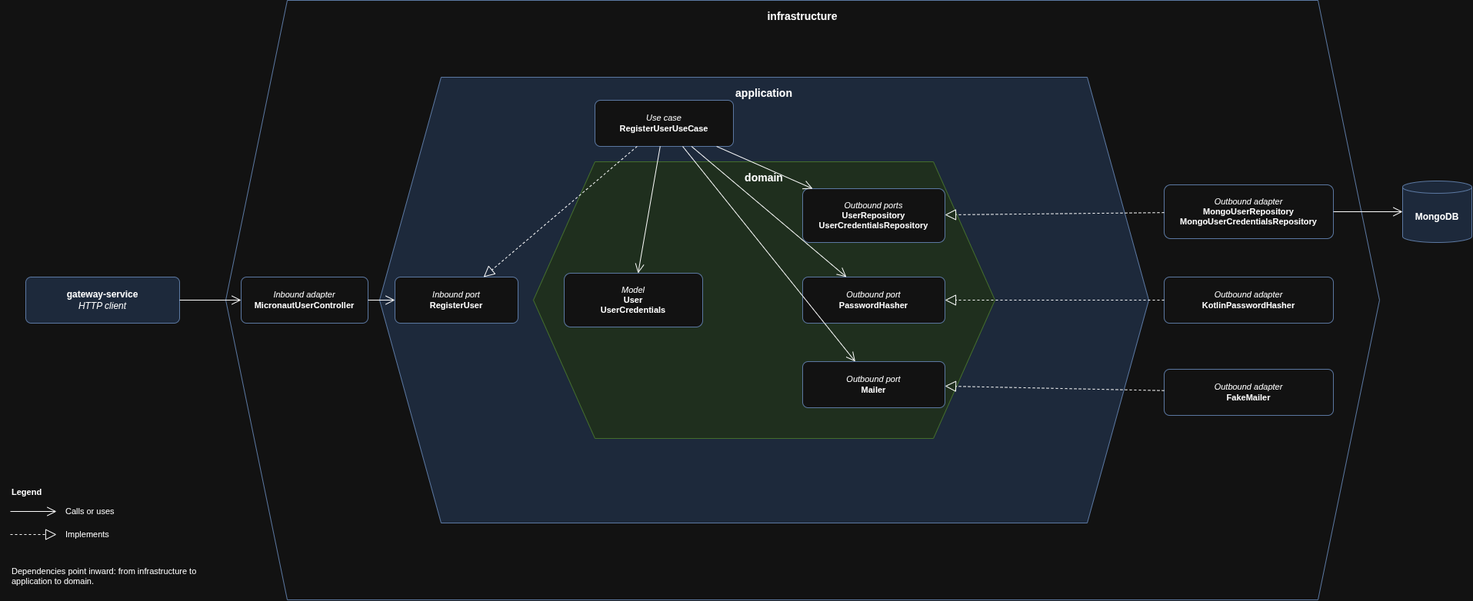
Earlier version of the draw.io export docs/reports/saap/02-Architecture and Implementation/hexagonal-architecture/hexagonal-architecture.png (Norby99/munchies). Source tidied: cells renumbered, new cells last; positions are measured from the earlier drawing's top-left corner, leaving out a move shared by most shapes.
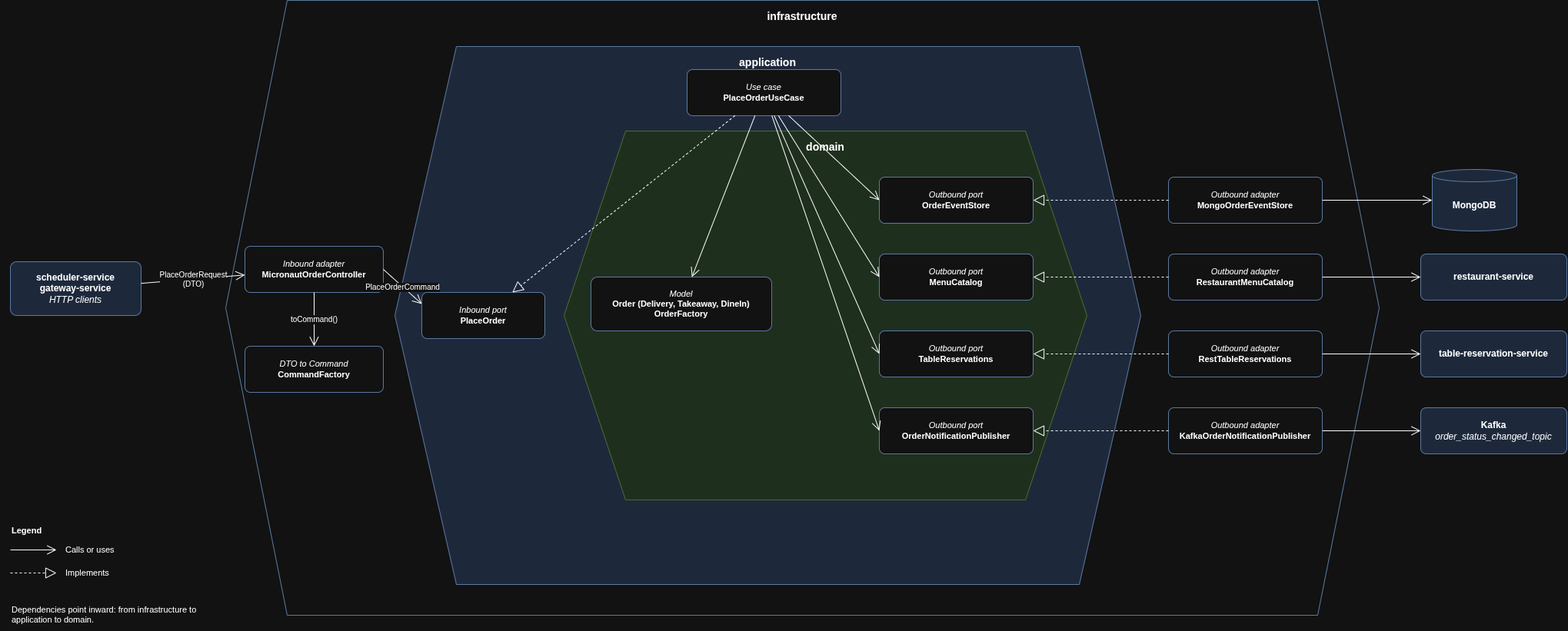
After the change.

Commit message:
docs(saap): show the hexagonal architecture on order placement

Change to the diagram source:
```diff
@@ -3,106 +3,142 @@
     <mxCell id="0" />
     <mxCell id="1" parent="0" />
     <mxCell id="2" value="infrastructure" style="shape=hexagon;perimeter=hexagonPerimeter2;whiteSpace=wrap;html=1;fixedSize=1;size=80;verticalAlign=top;fontStyle=1;fontSize=14;spacingTop=6;fillColor=none;strokeColor=#6c8ebf;" parent="1" vertex="1">
-      <mxGeometry x="280" width="1500" height="780" as="geometry" />
+      <mxGeometry x="280" y="30" width="1500" height="800" as="geometry" />
     </mxCell>
     <mxCell id="3" value="application" style="shape=hexagon;perimeter=hexagonPerimeter2;whiteSpace=wrap;html=1;fixedSize=1;size=80;verticalAlign=top;fontStyle=1;fontSize=14;spacingTop=6;fillColor=#dae8fc;strokeColor=#6c8ebf;" parent="1" vertex="1">
-      <mxGeometry x="480" y="100" width="1000" height="580" as="geometry" />
+      <mxGeometry x="500" y="90" width="970" height="700" as="geometry" />
     </mxCell>
     <mxCell id="4" value="domain" style="shape=hexagon;perimeter=hexagonPerimeter2;whiteSpace=wrap;html=1;fixedSize=1;size=80;verticalAlign=top;fontStyle=1;fontSize=14;spacingTop=6;fillColor=#d5e8d4;strokeColor=#82b366;" parent="1" vertex="1">
-      <mxGeometry x="680" y="210" width="600" height="360" as="geometry" />
+      <mxGeometry x="720" y="200" width="680" height="480" as="geometry" />
     </mxCell>
-    <mxCell id="5" value="&lt;b&gt;gateway-service&lt;/b&gt;&lt;br&gt;&lt;i&gt;HTTP client&lt;/i&gt;" style="rounded=1;whiteSpace=wrap;html=1;arcSize=12;fillColor=#dae8fc;strokeColor=#6c8ebf;fontSize=12;" parent="1" vertex="1">
-      <mxGeometry x="20" y="360" width="200" height="60" as="geometry" />
+    <mxCell id="5" value="&lt;b&gt;scheduler-service&lt;/b&gt;&lt;br&gt;&lt;b&gt;gateway-service&lt;/b&gt;&lt;br&gt;&lt;i&gt;HTTP clients&lt;/i&gt;" style="rounded=1;whiteSpace=wrap;html=1;arcSize=12;fillColor=#dae8fc;strokeColor=#6c8ebf;fontSize=12;" parent="1" vertex="1">
+      <mxGeometry y="370" width="170" height="70" as="geometry" />
     </mxCell>
     <mxCell id="6" value="&lt;b&gt;MongoDB&lt;/b&gt;" style="shape=cylinder3;whiteSpace=wrap;html=1;boundedLbl=1;backgroundOutline=1;size=8;fillColor=#dae8fc;strokeColor=#6c8ebf;fontSize=12;" parent="1" vertex="1">
-      <mxGeometry x="1810" y="235" width="90" height="80" as="geometry" />
+      <mxGeometry x="1849" y="250" width="110" height="80" as="geometry" />
     </mxCell>
+    <mxCell id="34" value="&lt;b&gt;restaurant-service&lt;/b&gt;" style="rounded=1;whiteSpace=wrap;html=1;arcSize=12;fillColor=#dae8fc;strokeColor=#6c8ebf;fontSize=12;" parent="1" vertex="1">
+      <mxGeometry x="1834" y="360" width="190" height="60" as="geometry" />
+    </mxCell>
+    <mxCell id="35" value="&lt;b&gt;table-reservation-service&lt;/b&gt;" style="rounded=1;whiteSpace=wrap;html=1;arcSize=12;fillColor=#dae8fc;strokeColor=#6c8ebf;fontSize=12;" parent="1" vertex="1">
+      <mxGeometry x="1834" y="460" width="190" height="60" as="geometry" />
+    </mxCell>
+    <mxCell id="36" value="&lt;b&gt;Kafka&lt;/b&gt;&lt;br&gt;&lt;i&gt;order_status_changed_topic&lt;/i&gt;" style="rounded=1;whiteSpace=wrap;html=1;arcSize=12;fillColor=#dae8fc;strokeColor=#6c8ebf;fontSize=12;" parent="1" vertex="1">
+      <mxGeometry x="1834" y="560" width="190" height="60" as="geometry" />
+    </mxCell>
-    <mxCell id="7" value="&lt;i&gt;Inbound adapter&lt;/i&gt;&lt;br&gt;&lt;b&gt;MicronautUserController&lt;/b&gt;" style="rounded=1;whiteSpace=wrap;html=1;arcSize=12;fillColor=default;strokeColor=#6c8ebf;fontSize=11;" parent="1" vertex="1">
-      <mxGeometry x="300" y="360" width="165" height="60" as="geometry" />
+    <mxCell id="7" value="&lt;i&gt;Inbound adapter&lt;/i&gt;&lt;br&gt;&lt;b&gt;MicronautOrderController&lt;/b&gt;" style="rounded=1;whiteSpace=wrap;html=1;arcSize=12;fillColor=default;strokeColor=#6c8ebf;fontSize=11;" parent="1" vertex="1">
+      <mxGeometry x="305" y="350" width="180" height="60" as="geometry" />
     </mxCell>
-    <mxCell id="8" value="&lt;i&gt;Outbound adapter&lt;/i&gt;&lt;br&gt;&lt;b&gt;MongoUserRepository&lt;/b&gt;&lt;br&gt;&lt;b&gt;MongoUserCredentialsRepository&lt;/b&gt;" style="rounded=1;whiteSpace=wrap;html=1;arcSize=12;fillColor=default;strokeColor=#6c8ebf;fontSize=11;" parent="1" vertex="1">
-      <mxGeometry x="1500" y="240" width="220" height="70" as="geometry" />
-    </mxCell>
-    <mxCell id="9" value="&lt;i&gt;Outbound adapter&lt;/i&gt;&lt;br&gt;&lt;b&gt;KotlinPasswordHasher&lt;/b&gt;" style="rounded=1;whiteSpace=wrap;html=1;arcSize=12;fillColor=default;strokeColor=#6c8ebf;fontSize=11;" parent="1" vertex="1">
-      <mxGeometry x="1500" y="360" width="220" height="60" as="geometry" />
-    </mxCell>
-    <mxCell id="10" value="&lt;i&gt;Outbound adapter&lt;/i&gt;&lt;br&gt;&lt;b&gt;FakeMailer&lt;/b&gt;" style="rounded=1;whiteSpace=wrap;html=1;arcSize=12;fillColor=default;strokeColor=#6c8ebf;fontSize=11;" parent="1" vertex="1">
-      <mxGeometry x="1500" y="480" width="220" height="60" as="geometry" />
-    </mxCell>
+    <mxCell id="37" value="&lt;i&gt;DTO to Command&lt;/i&gt;&lt;br&gt;&lt;b&gt;CommandFactory&lt;/b&gt;" style="rounded=1;whiteSpace=wrap;html=1;arcSize=12;fillColor=default;strokeColor=#6c8ebf;fontSize=11;" parent="1" vertex="1">
+      <mxGeometry x="305" y="480" width="180" height="60" as="geometry" />
+    </mxCell>
+    <mxCell id="38" value="&lt;i&gt;Outbound adapter&lt;/i&gt;&lt;br&gt;&lt;b&gt;MongoOrderEventStore&lt;/b&gt;" style="rounded=1;whiteSpace=wrap;html=1;arcSize=12;fillColor=default;strokeColor=#6c8ebf;fontSize=11;" parent="1" vertex="1">
+      <mxGeometry x="1506" y="260" width="200" height="60" as="geometry" />
+    </mxCell>
+    <mxCell id="39" value="&lt;i&gt;Outbound adapter&lt;/i&gt;&lt;br&gt;&lt;b&gt;RestaurantMenuCatalog&lt;/b&gt;" style="rounded=1;whiteSpace=wrap;html=1;arcSize=12;fillColor=default;strokeColor=#6c8ebf;fontSize=11;" parent="1" vertex="1">
+      <mxGeometry x="1506" y="360" width="200" height="60" as="geometry" />
+    </mxCell>
+    <mxCell id="40" value="&lt;i&gt;Outbound adapter&lt;/i&gt;&lt;br&gt;&lt;b&gt;RestTableReservations&lt;/b&gt;" style="rounded=1;whiteSpace=wrap;html=1;arcSize=12;fillColor=default;strokeColor=#6c8ebf;fontSize=11;" parent="1" vertex="1">
+      <mxGeometry x="1506" y="460" width="200" height="60" as="geometry" />
+    </mxCell>
+    <mxCell id="41" value="&lt;i&gt;Outbound adapter&lt;/i&gt;&lt;br&gt;&lt;b&gt;KafkaOrderNotificationPublisher&lt;/b&gt;" style="rounded=1;whiteSpace=wrap;html=1;arcSize=12;fillColor=default;strokeColor=#6c8ebf;fontSize=11;" parent="1" vertex="1">
+      <mxGeometry x="1506" y="560" width="200" height="60" as="geometry" />
+    </mxCell>
-    <mxCell id="11" value="&lt;i&gt;Inbound port&lt;/i&gt;&lt;br&gt;&lt;b&gt;RegisterUser&lt;/b&gt;" style="rounded=1;whiteSpace=wrap;html=1;arcSize=12;fillColor=default;strokeColor=#6c8ebf;fontSize=11;" parent="1" vertex="1">
-      <mxGeometry x="500" y="360" width="160" height="60" as="geometry" />
+    <mxCell id="11" value="&lt;i&gt;Inbound port&lt;/i&gt;&lt;br&gt;&lt;b&gt;PlaceOrder&lt;/b&gt;" style="rounded=1;whiteSpace=wrap;html=1;arcSize=12;fillColor=default;strokeColor=#6c8ebf;fontSize=11;" parent="1" vertex="1">
+      <mxGeometry x="535" y="410" width="160" height="60" as="geometry" />
     </mxCell>
-    <mxCell id="12" value="&lt;i&gt;Use case&lt;/i&gt;&lt;br&gt;&lt;b&gt;RegisterUserUseCase&lt;/b&gt;" style="rounded=1;whiteSpace=wrap;html=1;arcSize=12;fillColor=default;strokeColor=#6c8ebf;fontSize=11;" parent="1" vertex="1">
-      <mxGeometry x="760" y="130" width="180" height="60" as="geometry" />
+    <mxCell id="12" value="&lt;i&gt;Use case&lt;/i&gt;&lt;br&gt;&lt;b&gt;PlaceOrderUseCase&lt;/b&gt;" style="rounded=1;whiteSpace=wrap;html=1;arcSize=12;fillColor=default;strokeColor=#6c8ebf;fontSize=11;" parent="1" vertex="1">
+      <mxGeometry x="880" y="120" width="200" height="60" as="geometry" />
     </mxCell>
-    <mxCell id="13" value="&lt;i&gt;Model&lt;/i&gt;&lt;br&gt;&lt;b&gt;User&lt;/b&gt;&lt;br&gt;&lt;b&gt;UserCredentials&lt;/b&gt;" style="rounded=1;whiteSpace=wrap;html=1;arcSize=12;fillColor=default;strokeColor=#6c8ebf;fontSize=11;" parent="1" vertex="1">
-      <mxGeometry x="720" y="355" width="180" height="70" as="geometry" />
+    <mxCell id="13" value="&lt;i&gt;Model&lt;/i&gt;&lt;br&gt;&lt;b&gt;Order (Delivery, Takeaway, DineIn)&lt;/b&gt;&lt;br&gt;&lt;b&gt;OrderFactory&lt;/b&gt;" style="rounded=1;whiteSpace=wrap;html=1;arcSize=12;fillColor=default;strokeColor=#6c8ebf;fontSize=11;" parent="1" vertex="1">
+      <mxGeometry x="755" y="390" width="235" height="70" as="geometry" />
     </mxCell>
-    <mxCell id="14" value="&lt;i&gt;Outbound ports&lt;/i&gt;&lt;br&gt;&lt;b&gt;UserRepository&lt;/b&gt;&lt;br&gt;&lt;b&gt;UserCredentialsRepository&lt;/b&gt;" style="rounded=1;whiteSpace=wrap;html=1;arcSize=12;fillColor=default;strokeColor=#6c8ebf;fontSize=11;" parent="1" vertex="1">
-      <mxGeometry x="1030" y="245" width="185" height="70" as="geometry" />
-    </mxCell>
-    <mxCell id="15" value="&lt;i&gt;Outbound port&lt;/i&gt;&lt;br&gt;&lt;b&gt;PasswordHasher&lt;/b&gt;" style="rounded=1;whiteSpace=wrap;html=1;arcSize=12;fillColor=default;strokeColor=#6c8ebf;fontSize=11;" parent="1" vertex="1">
-      <mxGeometry x="1030" y="360" width="185" height="60" as="geometry" />
-    </mxCell>
-    <mxCell id="16" value="&lt;i&gt;Outbound port&lt;/i&gt;&lt;br&gt;&lt;b&gt;Mailer&lt;/b&gt;" style="rounded=1;whiteSpace=wrap;html=1;arcSize=12;fillColor=default;strokeColor=#6c8ebf;fontSize=11;" parent="1" vertex="1">
-      <mxGeometry x="1030" y="470" width="185" height="60" as="geometry" />
-    </mxCell>
+    <mxCell id="42" value="&lt;i&gt;Outbound port&lt;/i&gt;&lt;br&gt;&lt;b&gt;OrderEventStore&lt;/b&gt;" style="rounded=1;whiteSpace=wrap;html=1;arcSize=12;fillColor=default;strokeColor=#6c8ebf;fontSize=11;" parent="1" vertex="1">
+      <mxGeometry x="1130" y="260" width="200" height="60" as="geometry" />
+    </mxCell>
+    <mxCell id="43" value="&lt;i&gt;Outbound port&lt;/i&gt;&lt;br&gt;&lt;b&gt;MenuCatalog&lt;/b&gt;" style="rounded=1;whiteSpace=wrap;html=1;arcSize=12;fillColor=default;strokeColor=#6c8ebf;fontSize=11;" parent="1" vertex="1">
+      <mxGeometry x="1130" y="360" width="200" height="60" as="geometry" />
+    </mxCell>
+    <mxCell id="44" value="&lt;i&gt;Outbound port&lt;/i&gt;&lt;br&gt;&lt;b&gt;TableReservations&lt;/b&gt;" style="rounded=1;whiteSpace=wrap;html=1;arcSize=12;fillColor=default;strokeColor=#6c8ebf;fontSize=11;" parent="1" vertex="1">
+      <mxGeometry x="1130" y="460" width="200" height="60" as="geometry" />
+    </mxCell>
+    <mxCell id="45" value="&lt;i&gt;Outbound port&lt;/i&gt;&lt;br&gt;&lt;b&gt;OrderNotificationPublisher&lt;/b&gt;" style="rounded=1;whiteSpace=wrap;html=1;arcSize=12;fillColor=default;strokeColor=#6c8ebf;fontSize=11;" parent="1" vertex="1">
+      <mxGeometry x="1130" y="560" width="200" height="60" as="geometry" />
+    </mxCell>
-    <mxCell id="17" style="endArrow=open;endSize=10;html=1;" parent="1" edge="1" source="5" target="7">
+    <mxCell id="17" value="PlaceOrderRequest&lt;br&gt;(DTO)" style="endArrow=open;endSize=10;html=1;fontSize=10;labelBackgroundColor=default;" parent="1" edge="1" source="5" target="7">
       <mxGeometry relative="1" as="geometry" />
     </mxCell>
-    <mxCell id="18" style="endArrow=open;endSize=10;html=1;" parent="1" edge="1" source="7" target="11">
+    <mxCell id="18" value="toCommand()" style="endArrow=open;endSize=10;html=1;fontSize=10;labelBackgroundColor=default;" parent="1" edge="1" source="7" target="37">
       <mxGeometry relative="1" as="geometry" />
     </mxCell>
+    <mxCell id="20" value="PlaceOrderCommand" style="endArrow=open;endSize=10;html=1;exitX=1;exitY=0.5;exitDx=0;exitDy=0;entryX=0;entryY=0.25;entryDx=0;entryDy=0;fontSize=10;labelBackgroundColor=default;" parent="1" edge="1" source="7" target="11">
+      <mxGeometry relative="1" as="geometry" />
+    </mxCell>
     <mxCell id="19" style="endArrow=block;endFill=0;endSize=12;dashed=1;html=1;" parent="1" edge="1" source="12" target="11">
       <mxGeometry relative="1" as="geometry" />
     </mxCell>
-    <mxCell id="20" style="endArrow=open;endSize=10;html=1;" parent="1" edge="1" source="12" target="13">
-      <mxGeometry relative="1" as="geometry" />
-    </mxCell>
+    <mxCell id="27" style="endArrow=open;endSize=10;html=1;" parent="1" edge="1" source="12" target="13">
+      <mxGeometry relative="1" as="geometry" />
+    </mxCell>
-    <mxCell id="21" style="endArrow=open;endSize=10;html=1;" parent="1" edge="1" source="12" target="14">
+    <mxCell id="21" style="endArrow=open;endSize=10;html=1;entryX=0;entryY=0.5;entryDx=0;entryDy=0;" parent="1" edge="1" source="12" target="42">
       <mxGeometry relative="1" as="geometry" />
     </mxCell>
-    <mxCell id="22" style="endArrow=open;endSize=10;html=1;" parent="1" edge="1" source="12" target="15">
+    <mxCell id="22" style="endArrow=open;endSize=10;html=1;entryX=0;entryY=0.5;entryDx=0;entryDy=0;" parent="1" edge="1" source="12" target="43">
       <mxGeometry relative="1" as="geometry" />
     </mxCell>
-    <mxCell id="23" style="endArrow=open;endSize=10;html=1;" parent="1" edge="1" source="12" target="16">
+    <mxCell id="23" style="endArrow=open;endSize=10;html=1;entryX=0;entryY=0.5;entryDx=0;entryDy=0;" parent="1" edge="1" source="12" target="44">
       <mxGeometry relative="1" as="geometry" />
     </mxCell>
+    <mxCell id="46" style="endArrow=open;endSize=10;html=1;entryX=0;entryY=0.5;entryDx=0;entryDy=0;" parent="1" edge="1" source="12" target="45">
+      <mxGeometry relative="1" as="geometry" />
+    </mxCell>
-    <mxCell id="24" style="endArrow=block;endFill=0;endSize=12;dashed=1;html=1;" parent="1" edge="1" source="8" target="14">
+    <mxCell id="24" style="endArrow=block;endFill=0;endSize=12;dashed=1;html=1;" parent="1" edge="1" source="38" target="42">
       <mxGeometry relative="1" as="geometry" />
     </mxCell>
-    <mxCell id="25" style="endArrow=block;endFill=0;endSize=12;dashed=1;html=1;" parent="1" edge="1" source="9" target="15">
+    <mxCell id="25" style="endArrow=block;endFill=0;endSize=12;dashed=1;html=1;" parent="1" edge="1" source="39" target="43">
       <mxGeometry relative="1" as="geometry" />
     </mxCell>
-    <mxCell id="26" style="endArrow=block;endFill=0;endSize=12;dashed=1;html=1;" parent="1" edge="1" source="10" target="16">
+    <mxCell id="26" style="endArrow=block;endFill=0;endSize=12;dashed=1;html=1;" parent="1" edge="1" source="40" target="44">
       <mxGeometry relative="1" as="geometry" />
     </mxCell>
-    <mxCell id="27" style="endArrow=open;endSize=10;html=1;" parent="1" edge="1" source="8" target="6">
-      <mxGeometry relative="1" as="geometry" />
-    </mxCell>
+    <mxCell id="47" style="endArrow=block;endFill=0;endSize=12;dashed=1;html=1;" parent="1" edge="1" source="41" target="45">
+      <mxGeometry relative="1" as="geometry" />
+    </mxCell>
+    <mxCell id="48" style="endArrow=open;endSize=10;html=1;" parent="1" edge="1" source="38" target="6">
+      <mxGeometry relative="1" as="geometry" />
+    </mxCell>
+    <mxCell id="49" style="endArrow=open;endSize=10;html=1;" parent="1" edge="1" source="39" target="34">
+      <mxGeometry relative="1" as="geometry" />
+    </mxCell>
+    <mxCell id="50" style="endArrow=open;endSize=10;html=1;" parent="1" edge="1" source="40" target="35">
+      <mxGeometry relative="1" as="geometry" />
+    </mxCell>
+    <mxCell id="51" style="endArrow=open;endSize=10;html=1;" parent="1" edge="1" source="41" target="36">
+      <mxGeometry relative="1" as="geometry" />
+    </mxCell>
     <mxCell id="28" value="&lt;b&gt;Legend&lt;/b&gt;" style="text;html=1;align=left;verticalAlign=middle;whiteSpace=wrap;fontSize=11;" parent="1" vertex="1">
-      <mxGeometry y="630" width="200" height="20" as="geometry" />
+      <mxGeometry y="710" width="200" height="20" as="geometry" />
     </mxCell>
     <mxCell id="29" style="endArrow=open;endSize=10;html=1;" parent="1" edge="1">
       <mxGeometry relative="1" as="geometry">
-        <mxPoint y="665" as="sourcePoint" />
-        <mxPoint x="60" y="665" as="targetPoint" />
+        <mxPoint y="745" as="sourcePoint" />
+        <mxPoint x="60" y="745" as="targetPoint" />
       </mxGeometry>
     </mxCell>
     <mxCell id="30" value="Calls or uses" style="text;html=1;align=left;verticalAlign=middle;whiteSpace=wrap;fontSize=11;" parent="1" vertex="1">
-      <mxGeometry x="70" y="655" width="180" height="20" as="geometry" />
+      <mxGeometry x="70" y="735" width="180" height="20" as="geometry" />
     </mxCell>
     <mxCell id="31" style="endArrow=block;endFill=0;endSize=12;dashed=1;html=1;" parent="1" edge="1">
       <mxGeometry relative="1" as="geometry">
-        <mxPoint y="695" as="sourcePoint" />
-        <mxPoint x="60" y="695" as="targetPoint" />
+        <mxPoint y="775" as="sourcePoint" />
+        <mxPoint x="60" y="775" as="targetPoint" />
       </mxGeometry>
     </mxCell>
     <mxCell id="32" value="Implements" style="text;html=1;align=left;verticalAlign=middle;whiteSpace=wrap;fontSize=11;" parent="1" vertex="1">
-      <mxGeometry x="70" y="685" width="180" height="20" as="geometry" />
+      <mxGeometry x="70" y="765" width="180" height="20" as="geometry" />
     </mxCell>
     <mxCell id="33" value="Dependencies point inward: from infrastructure to application to domain." style="text;html=1;align=left;verticalAlign=middle;whiteSpace=wrap;fontSize=11;verticalAlign=top;" parent="1" vertex="1">
-      <mxGeometry y="730" width="260" height="40" as="geometry" />
+      <mxGeometry y="810" width="260" height="40" as="geometry" />
     </mxCell>
   </root>
 </mxGraphModel>
```
